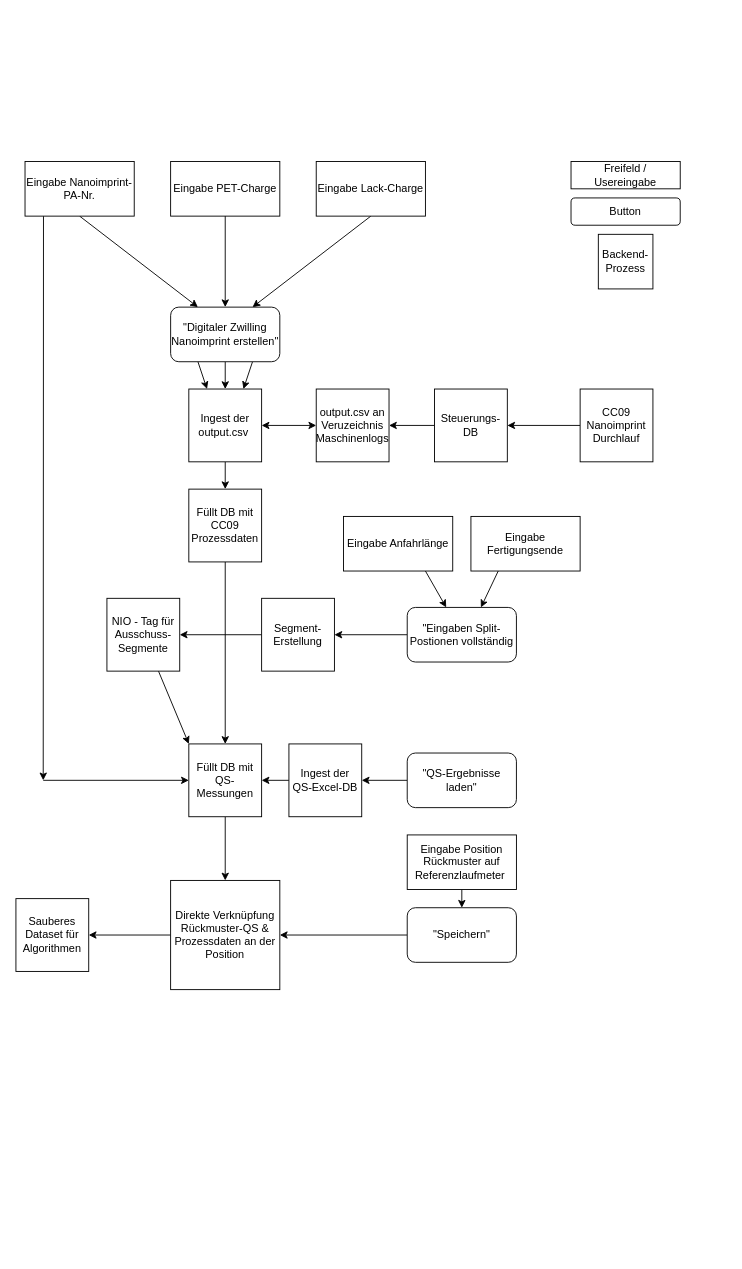
Before: Flow-Chart/Flow-Chart-Complete.drawio in gmpoly/FlowchartKomplett, a draw.io diagram. Source tidied: cells renumbered, new cells numbered last; positions are measured from the earlier drawing's top-left corner, leaving out a move shared by most shapes. Both pictures are drawn from the tidied source at 91%, with x=0, y=0 at pixel (15, 161).
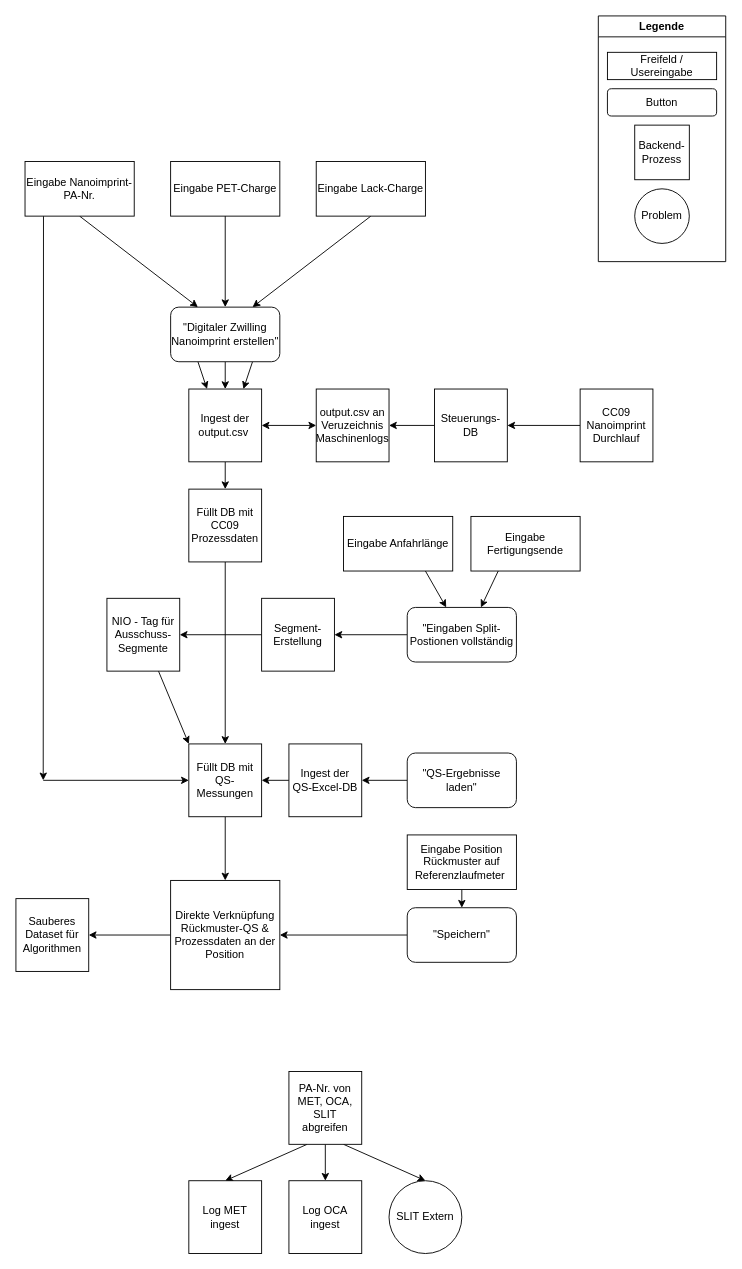
The same page after the edit.

Change to the diagram source:
```diff
@@
     <mxCell id="13" value="Freifeld / Usereingabe" style="rounded=0;whiteSpace=wrap;html=1;" parent="1" vertex="1">
-      <mxGeometry x="610" width="120" height="30" as="geometry" />
+      <mxGeometry x="650" y="-120" width="120" height="30" as="geometry" />
     </mxCell>
     <mxCell id="14" value="Button" style="rounded=1;whiteSpace=wrap;html=1;" parent="1" vertex="1">
-      <mxGeometry x="610" y="40" width="120" height="30" as="geometry" />
+      <mxGeometry x="650" y="-80" width="120" height="30" as="geometry" />
     </mxCell>
     <mxCell id="15" value="Backend-Prozess" style="whiteSpace=wrap;html=1;" parent="1" vertex="1">
-      <mxGeometry x="640" y="80" width="60" height="60" as="geometry" />
+      <mxGeometry x="680" y="-40" width="60" height="60" as="geometry" />
     </mxCell>
@@
+    <mxCell id="50" style="edgeStyle=none;html=1;exitX=0.25;exitY=1;exitDx=0;exitDy=0;entryX=0.5;entryY=0;entryDx=0;entryDy=0;" parent="1" edge="1" source="53" target="54">
+      <mxGeometry relative="1" as="geometry" />
+    </mxCell>
+    <mxCell id="51" style="edgeStyle=none;html=1;entryX=0.5;entryY=0;entryDx=0;entryDy=0;" parent="1" edge="1" source="53" target="55">
+      <mxGeometry relative="1" as="geometry" />
+    </mxCell>
+    <mxCell id="52" style="edgeStyle=none;html=1;exitX=0.75;exitY=1;exitDx=0;exitDy=0;entryX=0.5;entryY=0;entryDx=0;entryDy=0;" parent="1" edge="1" source="53" target="56">
+      <mxGeometry relative="1" as="geometry" />
+    </mxCell>
+    <mxCell id="53" value="PA-Nr. von MET, OCA, SLIT abgreifen" style="whiteSpace=wrap;html=1;" parent="1" vertex="1">
+      <mxGeometry x="300" y="1000" width="80" height="80" as="geometry" />
+    </mxCell>
+    <mxCell id="54" value="Log MET ingest" style="whiteSpace=wrap;html=1;" parent="1" vertex="1">
+      <mxGeometry x="190" y="1120" width="80" height="80" as="geometry" />
+    </mxCell>
+    <mxCell id="55" value="Log OCA ingest" style="whiteSpace=wrap;html=1;" parent="1" vertex="1">
+      <mxGeometry x="300" y="1120" width="80" height="80" as="geometry" />
+    </mxCell>
+    <mxCell id="56" value="SLIT Extern" style="ellipse;whiteSpace=wrap;html=1;" parent="1" vertex="1">
+      <mxGeometry x="410" y="1120" width="80" height="80" as="geometry" />
+    </mxCell>
+    <mxCell id="57" value="Problem" style="ellipse;whiteSpace=wrap;html=1;" parent="1" vertex="1">
+      <mxGeometry x="680" y="30" width="60" height="60" as="geometry" />
+    </mxCell>
+    <mxCell id="58" value="Legende" style="swimlane;whiteSpace=wrap;html=1;" parent="1" vertex="1">
+      <mxGeometry x="640" y="-160" width="140" height="270" as="geometry" />
+    </mxCell>
```
